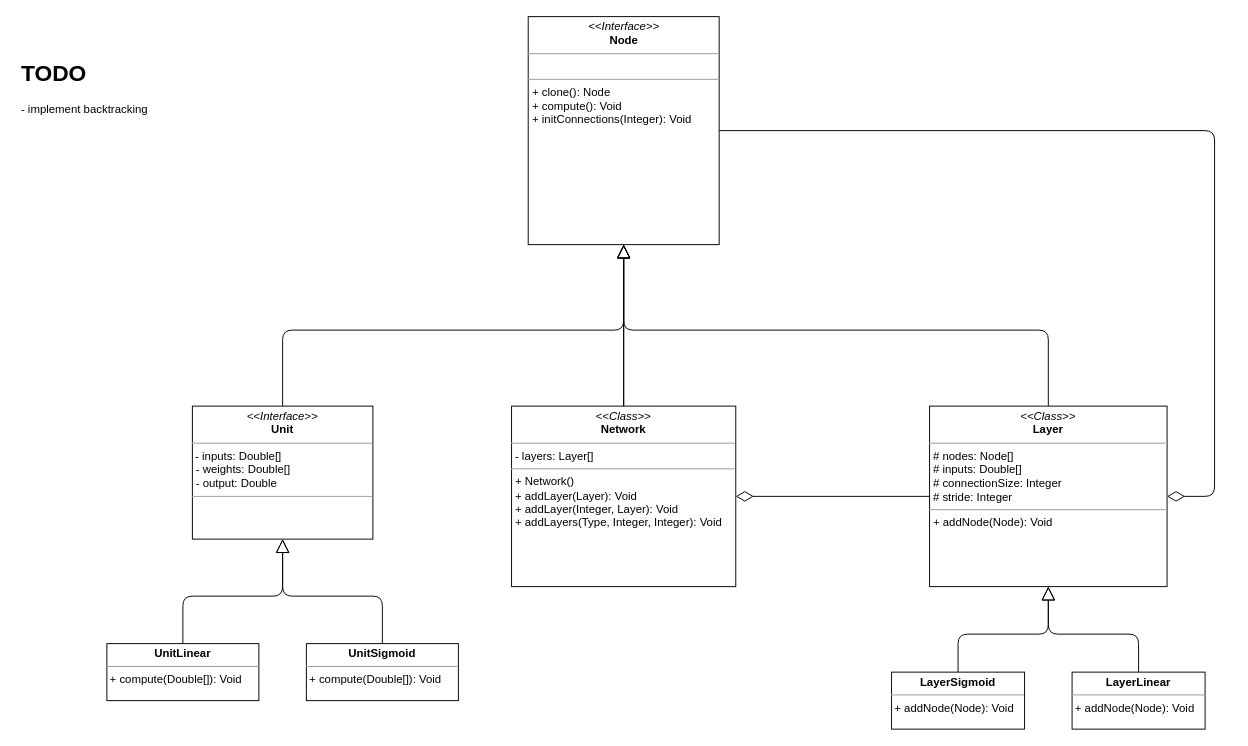
Above: neural_net.drawio in iliasbk/NN_tools (draw.io), before the change. Source tidied: cells renumbered, new cells numbered last; positions are measured from the earlier drawing's top-left corner, leaving out a move shared by most shapes. Both pictures are drawn from the tidied source at 95%, with x=0, y=0 at pixel (16, 16).
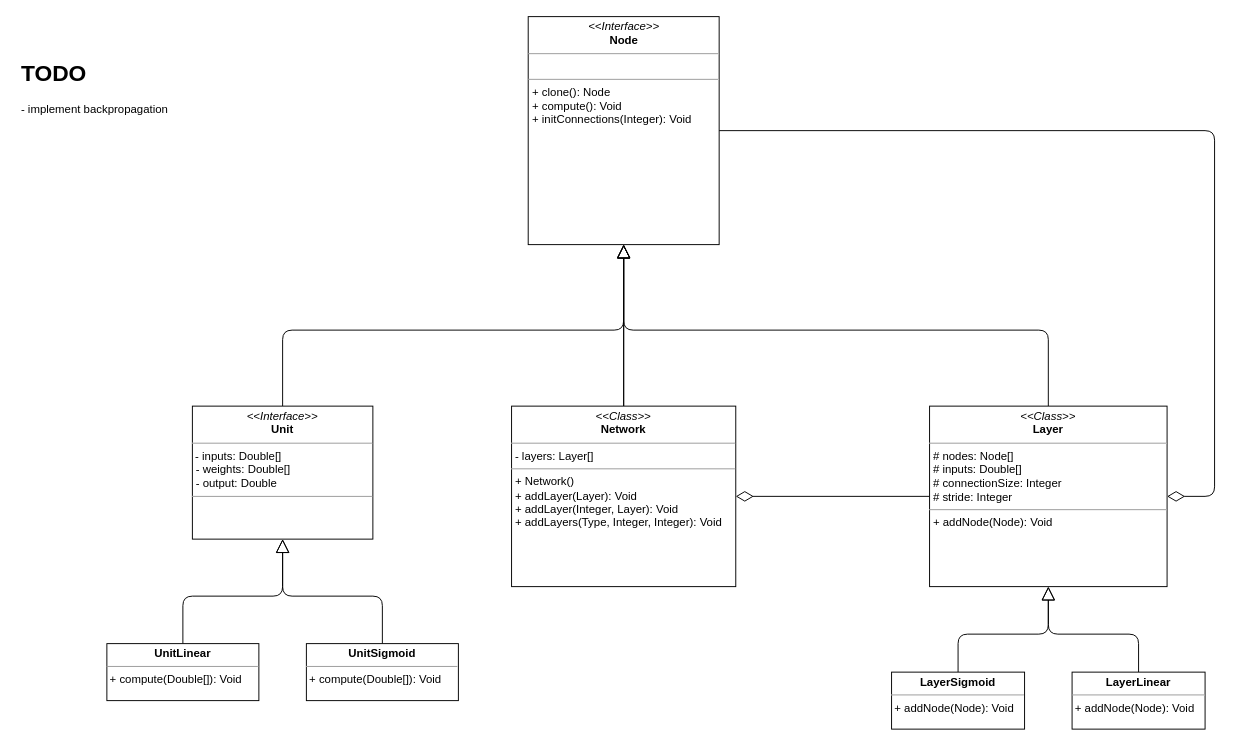
Above is the later version.

Commit message:
Mettre à jour neural_net.drawio

What changed in the source:
```diff
@@
-    <mxCell id="12" value="&lt;h1&gt;TODO&lt;/h1&gt;&lt;p&gt;- implement backtracking&lt;/p&gt;" style="text;html=1;strokeColor=none;fillColor=none;spacing=5;spacingTop=-20;whiteSpace=wrap;overflow=hidden;rounded=0;" parent="1" vertex="1">
+    <mxCell id="12" value="&lt;h1&gt;TODO&lt;/h1&gt;&lt;p&gt;- implement backpropagation&lt;/p&gt;" style="text;html=1;strokeColor=none;fillColor=none;spacing=5;spacingTop=-20;whiteSpace=wrap;overflow=hidden;rounded=0;" parent="1" vertex="1">
       <mxGeometry y="40" width="350" height="120" as="geometry" />
     </mxCell>
```
